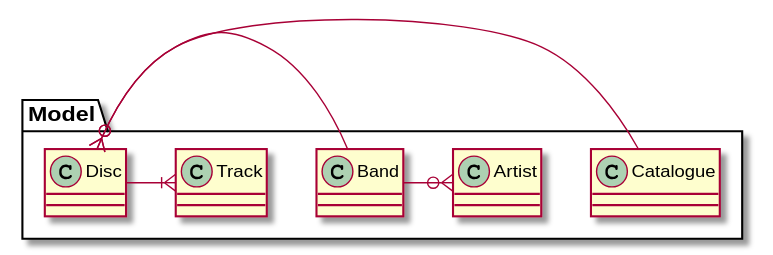
The PlantUML diagram doc/images/Entities.svg in AxoKoi/BandurriaJ, before a commit.
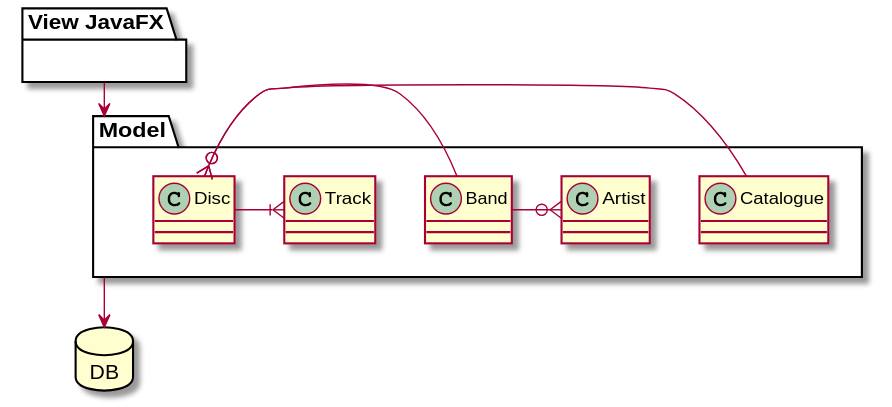
The same file after the commit.

Change to the diagram source:
```diff
@@ -1,5 +1,10 @@
 @startuml
-package "Model" {
+package "View JavaFX" as Front {
+
+}
+
+
+package "Model" as Model{
  class Disc
  class Catalogue
  class Artist
@@ -11,4 +16,11 @@
   Band -o{ Artist
   Disc -|{ Track
 }
+
+database DB [
+  DB
+]
+
+    Front --> Model
+    Model --> DB
 @enduml
```
